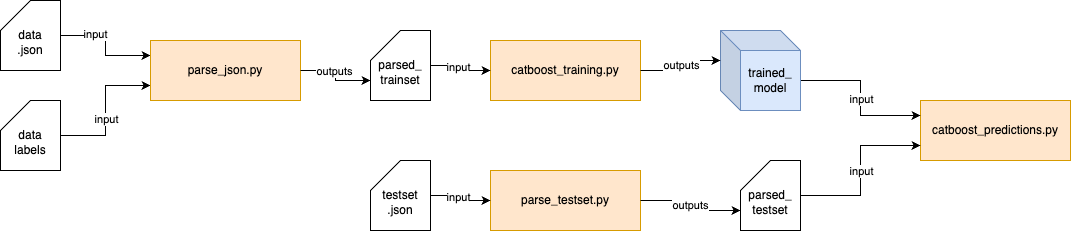
hoofangyu/dsa4262 keeps this draw.io diagram as .github/assets/main_flow.png. Above is the earlier version. Source tidied: cells renumbered, new cells last; positions are measured from the earlier drawing's top-left corner, leaving out a move shared by most shapes.
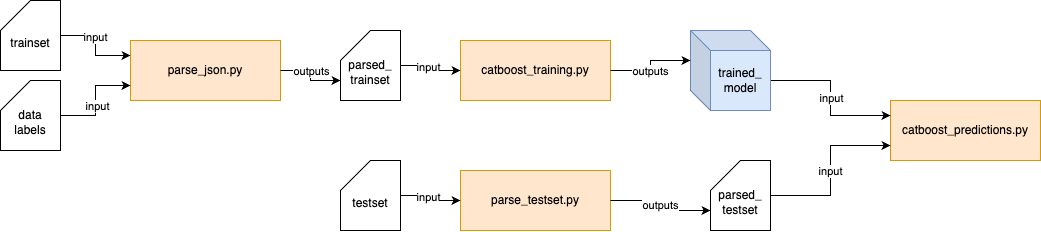
The same file after the commit.

The edit, as a diff of the source:
```diff
@@ -5,92 +5,87 @@
     <mxCell id="2" value="catboost_predictions.py" style="rounded=0;whiteSpace=wrap;html=1;fillColor=#ffe6cc;strokeColor=#d79b00;" parent="1" vertex="1">
       <mxGeometry x="920" y="100" width="150" height="60" as="geometry" />
     </mxCell>
-    <mxCell id="3" style="edgeStyle=orthogonalEdgeStyle;rounded=0;jettySize=auto;html=1;exitX=1;exitY=0.5;exitDx=0;exitDy=0;exitPerimeter=0;entryX=0;entryY=0.25;entryDx=0;entryDy=0;" parent="1" edge="1" source="5" target="11">
-      <mxGeometry relative="1" as="geometry" />
-    </mxCell>
-    <mxCell id="4" value="input" style="edgeLabel;html=1;align=center;verticalAlign=middle;" parent="3" vertex="1">
-      <mxGeometry x="-0.38" y="2" relative="1" as="geometry" />
-    </mxCell>
-    <mxCell id="5" value="&lt;div&gt;&lt;br&gt;&lt;/div&gt;&lt;div&gt;data&lt;/div&gt;.json" style="shape=card;whiteSpace=wrap;html=1;" parent="1" vertex="1">
-      <mxGeometry width="60" height="70" as="geometry" />
-    </mxCell>
-    <mxCell id="6" style="edgeStyle=orthogonalEdgeStyle;rounded=0;jettySize=auto;html=1;exitX=1;exitY=0.5;exitDx=0;exitDy=0;exitPerimeter=0;entryX=0;entryY=0.75;entryDx=0;entryDy=0;" parent="1" edge="1" source="8" target="11">
-      <mxGeometry relative="1" as="geometry" />
-    </mxCell>
-    <mxCell id="7" value="input" style="edgeLabel;html=1;align=center;verticalAlign=middle;" parent="6" vertex="1">
-      <mxGeometry x="-0.11" relative="1" as="geometry" />
-    </mxCell>
-    <mxCell id="8" value="&lt;div&gt;&lt;br&gt;&lt;/div&gt;&lt;div&gt;data&lt;/div&gt;labels" style="shape=card;whiteSpace=wrap;html=1;" parent="1" vertex="1">
-      <mxGeometry y="100" width="60" height="70" as="geometry" />
-    </mxCell>
     <mxCell id="9" value="parse_testset.py" style="rounded=0;whiteSpace=wrap;html=1;fillColor=#ffe6cc;strokeColor=#d79b00;" parent="1" vertex="1">
       <mxGeometry x="490" y="170" width="150" height="60" as="geometry" />
     </mxCell>
-    <mxCell id="10" value="catboost_training.py" style="rounded=0;whiteSpace=wrap;html=1;fillColor=#ffe6cc;strokeColor=#d79b00;" parent="1" vertex="1">
-      <mxGeometry x="490" y="40" width="150" height="60" as="geometry" />
-    </mxCell>
-    <mxCell id="11" value="parse_json.py" style="rounded=0;whiteSpace=wrap;html=1;fillColor=#ffe6cc;strokeColor=#d79b00;" parent="1" vertex="1">
-      <mxGeometry x="150" y="40" width="150" height="60" as="geometry" />
-    </mxCell>
-    <mxCell id="12" style="edgeStyle=orthogonalEdgeStyle;rounded=0;jettySize=auto;html=1;exitX=1;exitY=0.5;exitDx=0;exitDy=0;exitPerimeter=0;entryX=0;entryY=0.5;entryDx=0;entryDy=0;" parent="1" edge="1" source="14" target="9">
-      <mxGeometry relative="1" as="geometry" />
-    </mxCell>
-    <mxCell id="13" value="input" style="edgeLabel;html=1;align=center;verticalAlign=middle;" parent="12" vertex="1">
-      <mxGeometry x="-0.18" y="-1" relative="1" as="geometry" />
-    </mxCell>
-    <mxCell id="14" value="&lt;div&gt;&lt;br&gt;&lt;/div&gt;&lt;div&gt;testset&lt;/div&gt;.json" style="shape=card;whiteSpace=wrap;html=1;" parent="1" vertex="1">
-      <mxGeometry x="370" y="160" width="60" height="70" as="geometry" />
-    </mxCell>
-    <mxCell id="15" style="edgeStyle=orthogonalEdgeStyle;rounded=0;jettySize=auto;html=1;exitX=1;exitY=0.5;exitDx=0;exitDy=0;exitPerimeter=0;entryX=0;entryY=0.5;entryDx=0;entryDy=0;" parent="1" edge="1" source="17" target="10">
-      <mxGeometry relative="1" as="geometry" />
-    </mxCell>
-    <mxCell id="16" value="input" style="edgeLabel;html=1;align=center;verticalAlign=middle;" parent="15" vertex="1">
-      <mxGeometry x="-0.16" y="-1" relative="1" as="geometry" />
-    </mxCell>
-    <mxCell id="17" value="&lt;div&gt;&lt;br&gt;&lt;/div&gt;parsed_&lt;div&gt;trainset&lt;div&gt;&lt;/div&gt;&lt;/div&gt;" style="shape=card;whiteSpace=wrap;html=1;" parent="1" vertex="1">
-      <mxGeometry x="370" y="30" width="60" height="70" as="geometry" />
-    </mxCell>
+    <mxCell id="29" style="edgeStyle=orthogonalEdgeStyle;rounded=0;jettySize=auto;html=1;exitX=1;exitY=0.5;exitDx=0;exitDy=0;exitPerimeter=0;entryX=0;entryY=0.5;entryDx=0;entryDy=0;" parent="1" edge="1" source="31" target="9">
+      <mxGeometry relative="1" as="geometry" />
+    </mxCell>
+    <mxCell id="30" value="input" style="edgeLabel;html=1;align=center;verticalAlign=middle;" parent="29" vertex="1">
+      <mxGeometry x="-0.18" y="-1" relative="1" as="geometry" />
+    </mxCell>
+    <mxCell id="31" value="&lt;div&gt;&lt;br&gt;&lt;/div&gt;&lt;div&gt;testset&lt;/div&gt;" style="shape=card;whiteSpace=wrap;html=1;" parent="1" vertex="1">
+      <mxGeometry x="370" y="160" width="60" height="70" as="geometry" />
+    </mxCell>
     <mxCell id="18" style="edgeStyle=orthogonalEdgeStyle;rounded=0;jettySize=auto;html=1;exitX=0;exitY=0;exitDx=80;exitDy=50;exitPerimeter=0;entryX=0;entryY=0.25;entryDx=0;entryDy=0;" parent="1" edge="1" source="20" target="2">
       <mxGeometry relative="1" as="geometry" />
     </mxCell>
-    <mxCell id="19" value="input" style="edgeLabel;html=1;align=center;verticalAlign=middle;" parent="18" vertex="1">
-      <mxGeometry x="0.01" relative="1" as="geometry" />
-    </mxCell>
+    <mxCell id="32" value="input" style="edgeLabel;html=1;align=center;verticalAlign=middle;" parent="18" vertex="1">
+      <mxGeometry x="0.01" relative="1" as="geometry" />
+    </mxCell>
     <mxCell id="20" value="trained_&lt;div&gt;model&lt;/div&gt;" style="shape=cube;whiteSpace=wrap;html=1;boundedLbl=1;backgroundOutline=1;darkOpacity=0.05;darkOpacity2=0.1;fillColor=#dae8fc;strokeColor=#6c8ebf;" parent="1" vertex="1">
       <mxGeometry x="720" y="30" width="80" height="80" as="geometry" />
     </mxCell>
     <mxCell id="21" style="edgeStyle=orthogonalEdgeStyle;rounded=0;jettySize=auto;html=1;exitX=1;exitY=0.5;exitDx=0;exitDy=0;exitPerimeter=0;entryX=0;entryY=0.75;entryDx=0;entryDy=0;" parent="1" edge="1" source="23" target="2">
       <mxGeometry relative="1" as="geometry" />
     </mxCell>
-    <mxCell id="22" value="input" style="edgeLabel;html=1;align=center;verticalAlign=middle;" parent="21" vertex="1">
-      <mxGeometry x="-0.45" y="1" relative="1" as="geometry">
-        <mxPoint x="14" y="-24" as="offset" />
-      </mxGeometry>
-    </mxCell>
+    <mxCell id="33" value="input" style="edgeLabel;html=1;align=center;verticalAlign=middle;" parent="21" vertex="1">
+      <mxGeometry x="-0.45" y="1" relative="1" as="geometry">
+        <mxPoint x="14" y="-24" as="offset" />
+      </mxGeometry>
+    </mxCell>
     <mxCell id="23" value="&lt;div&gt;&lt;br&gt;&lt;/div&gt;parsed_&lt;div&gt;testset&lt;div&gt;&lt;/div&gt;&lt;/div&gt;" style="shape=card;whiteSpace=wrap;html=1;" parent="1" vertex="1">
       <mxGeometry x="740" y="160" width="60" height="70" as="geometry" />
     </mxCell>
+    <mxCell id="28" value="outputs" style="edgeStyle=orthogonalEdgeStyle;rounded=0;jettySize=auto;html=1;exitX=1;exitY=0.5;exitDx=0;exitDy=0;entryX=0;entryY=0;entryDx=0;entryDy=50;entryPerimeter=0;" parent="1" edge="1" source="9" target="23">
+      <mxGeometry relative="1" as="geometry" />
+    </mxCell>
+    <mxCell id="10" value="catboost_training.py" style="rounded=0;whiteSpace=wrap;html=1;fillColor=#ffe6cc;strokeColor=#d79b00;" parent="1" vertex="1">
+      <mxGeometry x="490" y="40" width="150" height="60" as="geometry" />
+    </mxCell>
+    <mxCell id="15" style="edgeStyle=orthogonalEdgeStyle;rounded=0;jettySize=auto;html=1;exitX=1;exitY=0.5;exitDx=0;exitDy=0;exitPerimeter=0;entryX=0;entryY=0.5;entryDx=0;entryDy=0;" parent="1" edge="1" source="17" target="10">
+      <mxGeometry relative="1" as="geometry" />
+    </mxCell>
+    <mxCell id="34" value="input" style="edgeLabel;html=1;align=center;verticalAlign=middle;" parent="15" vertex="1">
+      <mxGeometry x="-0.18" y="-1" relative="1" as="geometry" />
+    </mxCell>
+    <mxCell id="17" value="&lt;div&gt;&lt;br&gt;&lt;/div&gt;&lt;div&gt;parsed_&lt;/div&gt;&lt;div&gt;trainset&lt;/div&gt;" style="shape=card;whiteSpace=wrap;html=1;" parent="1" vertex="1">
+      <mxGeometry x="370" y="30" width="60" height="70" as="geometry" />
+    </mxCell>
+    <mxCell id="26" style="edgeStyle=orthogonalEdgeStyle;rounded=0;jettySize=auto;html=1;exitX=1;exitY=0.5;exitDx=0;exitDy=0;entryX=0;entryY=0;entryDx=0;entryDy=30;entryPerimeter=0;" parent="1" edge="1" source="10" target="20">
+      <mxGeometry relative="1" as="geometry" />
+    </mxCell>
+    <mxCell id="35" value="outputs" style="edgeLabel;html=1;align=center;verticalAlign=middle;" parent="26" vertex="1">
+      <mxGeometry x="-0.2" y="1" relative="1" as="geometry">
+        <mxPoint x="4" y="1" as="offset" />
+      </mxGeometry>
+    </mxCell>
+    <mxCell id="11" value="parse_json.py" style="rounded=0;whiteSpace=wrap;html=1;fillColor=#ffe6cc;strokeColor=#d79b00;" parent="1" vertex="1">
+      <mxGeometry x="160" y="40" width="150" height="60" as="geometry" />
+    </mxCell>
+    <mxCell id="36" style="edgeStyle=orthogonalEdgeStyle;rounded=0;jettySize=auto;html=1;exitX=1;exitY=0.5;exitDx=0;exitDy=0;exitPerimeter=0;entryX=0;entryY=0.25;entryDx=0;entryDy=0;" parent="1" edge="1" source="38" target="11">
+      <mxGeometry relative="1" as="geometry" />
+    </mxCell>
+    <mxCell id="37" value="input" style="edgeLabel;html=1;align=center;verticalAlign=middle;" parent="36" vertex="1">
+      <mxGeometry x="-0.18" y="-1" relative="1" as="geometry" />
+    </mxCell>
+    <mxCell id="38" value="&lt;div&gt;&lt;br&gt;&lt;/div&gt;trainset" style="shape=card;whiteSpace=wrap;html=1;" parent="1" vertex="1">
+      <mxGeometry x="30" width="60" height="70" as="geometry" />
+    </mxCell>
     <mxCell id="24" style="edgeStyle=orthogonalEdgeStyle;rounded=0;jettySize=auto;html=1;exitX=1;exitY=0.5;exitDx=0;exitDy=0;entryX=0;entryY=0;entryDx=0;entryDy=50;entryPerimeter=0;" parent="1" edge="1" source="11" target="17">
       <mxGeometry relative="1" as="geometry" />
     </mxCell>
-    <mxCell id="25" value="outputs" style="edgeLabel;html=1;align=center;verticalAlign=middle;" parent="24" vertex="1">
-      <mxGeometry x="-0.16" relative="1" as="geometry" />
-    </mxCell>
-    <mxCell id="26" style="edgeStyle=orthogonalEdgeStyle;rounded=0;jettySize=auto;html=1;exitX=1;exitY=0.5;exitDx=0;exitDy=0;entryX=0;entryY=0;entryDx=0;entryDy=30;entryPerimeter=0;" parent="1" edge="1" source="10" target="20">
-      <mxGeometry relative="1" as="geometry">
-        <Array as="points">
-          <mxPoint x="680" y="70" />
-          <mxPoint x="680" y="60" />
-        </Array>
-      </mxGeometry>
-    </mxCell>
-    <mxCell id="27" value="outputs" style="edgeLabel;html=1;align=center;verticalAlign=middle;" parent="26" vertex="1">
-      <mxGeometry x="-0.03" relative="1" as="geometry">
-        <mxPoint y="-2" as="offset" />
-      </mxGeometry>
-    </mxCell>
-    <mxCell id="28" value="outputs" style="edgeStyle=orthogonalEdgeStyle;rounded=0;jettySize=auto;html=1;exitX=1;exitY=0.5;exitDx=0;exitDy=0;entryX=0;entryY=0;entryDx=0;entryDy=50;entryPerimeter=0;" parent="1" edge="1" source="9" target="23">
-      <mxGeometry relative="1" as="geometry" />
-    </mxCell>
+    <mxCell id="39" value="outputs" style="edgeLabel;html=1;align=center;verticalAlign=middle;" parent="24" vertex="1">
+      <mxGeometry x="-0.12" relative="1" as="geometry" />
+    </mxCell>
+    <mxCell id="6" style="edgeStyle=orthogonalEdgeStyle;rounded=0;jettySize=auto;html=1;exitX=1;exitY=0.5;exitDx=0;exitDy=0;exitPerimeter=0;entryX=0;entryY=0.75;entryDx=0;entryDy=0;" parent="1" edge="1" source="8" target="11">
+      <mxGeometry relative="1" as="geometry" />
+    </mxCell>
+    <mxCell id="40" value="input" style="edgeLabel;html=1;align=center;verticalAlign=middle;" parent="6" vertex="1">
+      <mxGeometry x="-0.1" y="-1" relative="1" as="geometry" />
+    </mxCell>
+    <mxCell id="8" value="&lt;div&gt;&lt;/div&gt;&lt;div&gt;&lt;br&gt;&lt;/div&gt;&lt;div&gt;data&lt;/div&gt;&lt;div&gt;labels&lt;/div&gt;" style="shape=card;whiteSpace=wrap;html=1;" parent="1" vertex="1">
+      <mxGeometry x="30" y="80" width="60" height="70" as="geometry" />
+    </mxCell>
   </root>
 </mxGraphModel>
```
